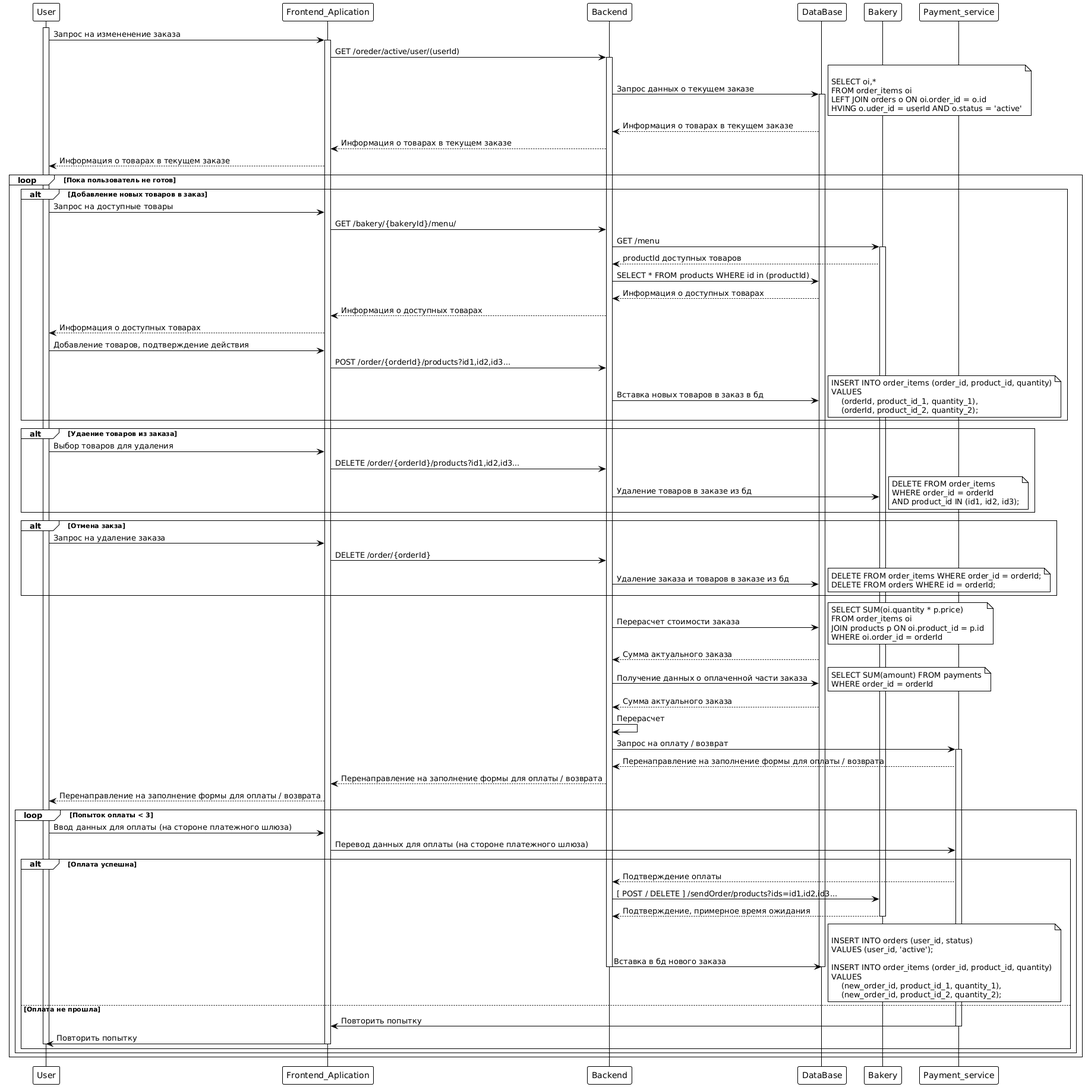
Earlier version of the PlantUML export Task2/UML_order_cancellation_editing.png (vinogradowvw/MediaSoftAnalytics). Its diagram source:
```plantuml
@startuml
!theme plain
participant User as u
participant Frontend_Aplication as fe
participant Backend as be
participant DataBase as db
participant Bakery as bk
participant Payment_service as ps


activate u

u -> fe : Запрос на измененение заказа

activate fe
fe ->be : GET /oreder/active/user/(userId)

activate be
be -> db : Запрос данных о текущем заказе
note right

SELECT oi,*
FROM order_items oi
LEFT JOIN orders o ON oi.order_id = o.id
HVING o.uder_id = userId AND o.status = 'active'
end note

activate db
db --> be : Информация о товарах в текущем заказе

be --> fe : Информация о товарах в текущем заказе

fe --> u : Информация о товарах в текущем заказе

loop Пока пользователь не готов

alt Добавление новых товаров в заказ

u -> fe : Запрос на доступные товары


fe -> be : GET /bakery/{bakeryId}/menu/

be -> bk : GET /menu

activate bk

bk --> be : productId доступных товаров

be -> db : SELECT * FROM products WHERE id in (productId)

db --> be : Информация о доступных товарах

be --> fe : Информация о доступных товарах

fe --> u : Информация о доступных товарах

u -> fe : Добавление товаров, подтверждение действия

fe -> be : POST /order/{orderId}/products?id1,id2,id3...

be -> db : Вставка новых товаров в заказ в бд

note right
INSERT INTO order_items (order_id, product_id, quantity)
VALUES
    (orderId, product_id_1, quantity_1),
    (orderId, product_id_2, quantity_2);
end note

end

alt Удаение товаров из заказа

u -> fe : Выбор товаров для удаления

fe -> be : DELETE /order/{orderId}/products?id1,id2,id3...

be -> bk : Удаление товаров в заказе из бд

note right
DELETE FROM order_items
WHERE order_id = orderId
AND product_id IN (id1, id2, id3);
end note

end

alt Отмена закза

u -> fe : Запрос на удаление заказа

fe -> be : DELETE /order/{orderId}

be -> db : Удаление заказа и товаров в заказе из бд

note right
DELETE FROM order_items WHERE order_id = orderId;
DELETE FROM orders WHERE id = orderId;
end note

end

be -> db : Перерасчет стоимости заказа

note right
SELECT SUM(oi.quantity * p.price)
FROM order_items oi
JOIN products p ON oi.product_id = p.id
WHERE oi.order_id = orderId
end note

db --> be : Сумма актуального заказа

be -> db: Получение данных о оплаченной части заказа

note right
SELECT SUM(amount) FROM payments
WHERE order_id = orderId
end note

db --> be : Сумма актуального заказа

be -> be : Перерасчет

be -> ps : Запрос на оплату / возврат

activate ps

ps --> be : Перенаправление на заполнение формы для оплаты / возврата

be --> fe : Перенаправление на заполнение формы для оплаты / возврата

fe --> u : Перенаправление на заполнение формы для оплаты / возврата


loop Попыток оплаты < 3

u -> fe : Ввод данных для оплаты (на стороне платежного шлюза)

fe -> ps : Перевод данных для оплаты (на стороне платежного шлюза)

alt Оплата успешна

ps --> be : Подтверждение оплаты

be -> bk : [ POST / DELETE ] /sendOrder/products?ids=id1,id2,id3...

bk --> be : Подтверждение, примерное время ожидания

deactivate bk

be -> db : Вставка в бд нового заказа

deactivate be

deactivate db

note right

INSERT INTO orders (user_id, status)
VALUES (user_id, 'active');

INSERT INTO order_items (order_id, product_id, quantity)
VALUES
    (new_order_id, product_id_1, quantity_1),
    (new_order_id, product_id_2, quantity_2);
end note

else Оплата не прошла

ps -> fe : Повторить попытку

deactivate ps

fe -> u: Повторить попытку

deactivate fe
deactivate u

end

end

end

@endum
```
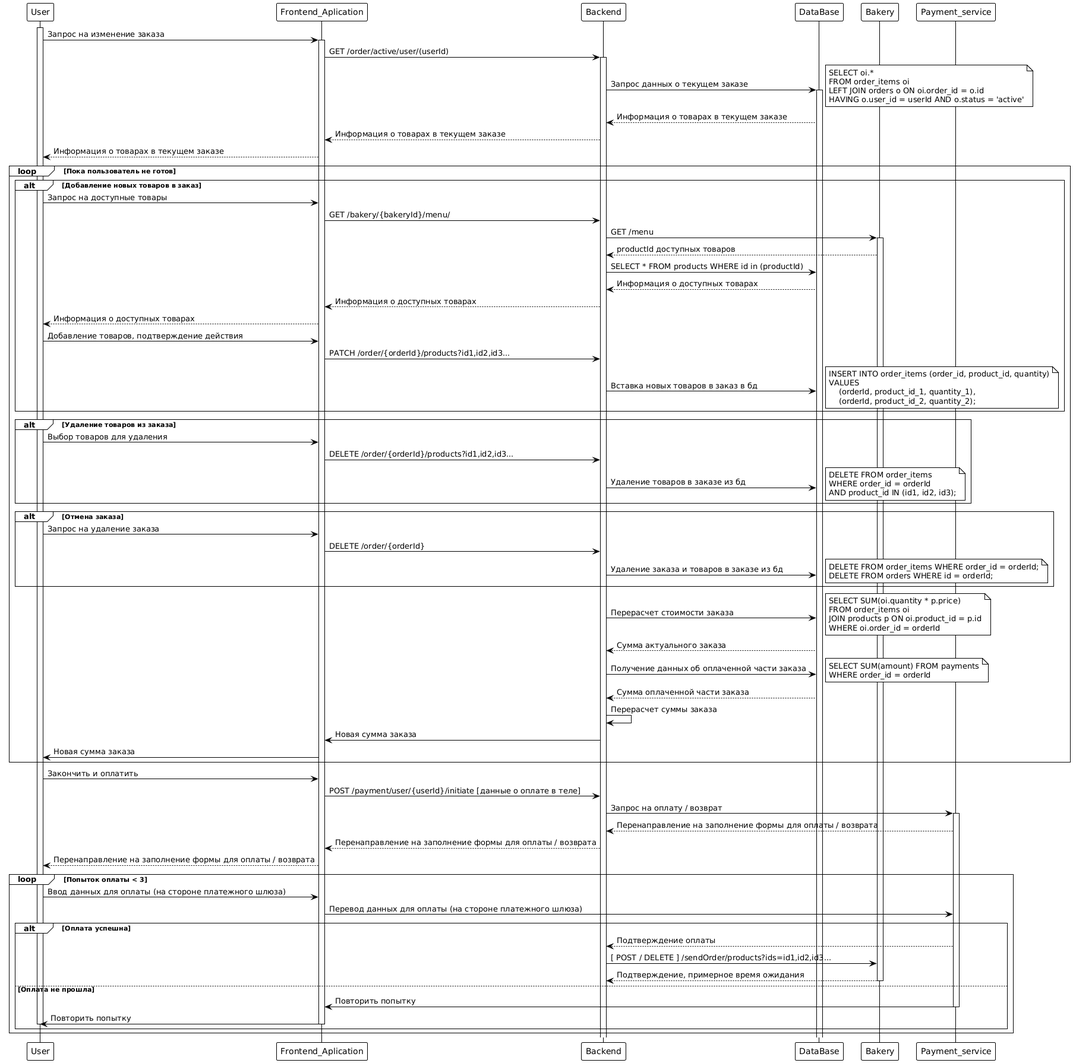
The same diagram one commit later.

Change to the diagram source:
```diff
@@ -7,22 +7,21 @@
 participant Bakery as bk
 participant Payment_service as ps
 
-
 activate u
 
-u -> fe : Запрос на измененение заказа
+u -> fe : Запрос на изменение заказа
 
 activate fe
-fe ->be : GET /oreder/active/user/(userId)
+fe -> be : GET /order/active/user/(userId)
 
 activate be
 be -> db : Запрос данных о текущем заказе
+
 note right
-
-SELECT oi,*
+SELECT oi.*
 FROM order_items oi
 LEFT JOIN orders o ON oi.order_id = o.id
-HVING o.uder_id = userId AND o.status = 'active'
+HAVING o.user_id = userId AND o.status = 'active'
 end note
 
 activate db
@@ -37,7 +36,6 @@
 alt Добавление новых товаров в заказ
 
 u -> fe : Запрос на доступные товары
-
 
 fe -> be : GET /bakery/{bakeryId}/menu/
 
@@ -57,7 +55,7 @@
 
 u -> fe : Добавление товаров, подтверждение действия
 
-fe -> be : POST /order/{orderId}/products?id1,id2,id3...
+fe -> be : PATCH /order/{orderId}/products?id1,id2,id3...
 
 be -> db : Вставка новых товаров в заказ в бд
 
@@ -70,13 +68,13 @@
 
 end
 
-alt Удаение товаров из заказа
+alt Удаление товаров из заказа
 
 u -> fe : Выбор товаров для удаления
 
 fe -> be : DELETE /order/{orderId}/products?id1,id2,id3...
 
-be -> bk : Удаление товаров в заказе из бд
+be -> db : Удаление товаров в заказе из бд
 
 note right
 DELETE FROM order_items
@@ -86,7 +84,7 @@
 
 end
 
-alt Отмена закза
+alt Отмена заказа
 
 u -> fe : Запрос на удаление заказа
 
@@ -112,16 +110,26 @@
 
 db --> be : Сумма актуального заказа
 
-be -> db: Получение данных о оплаченной части заказа
+be -> db: Получение данных об оплаченной части заказа
 
 note right
 SELECT SUM(amount) FROM payments
 WHERE order_id = orderId
 end note
 
-db --> be : Сумма актуального заказа
+db --> be : Сумма оплаченной части заказа
 
-be -> be : Перерасчет
+be -> be : Перерасчет суммы заказа
+
+be -> fe : Новая сумма заказа
+
+fe -> u : Новая сумма заказа
+
+end
+
+u -> fe : Закончить и оплатить
+
+fe -> be : POST /payment/user/{userId}/initiate [данные о оплате в теле]
 
 be -> ps : Запрос на оплату / возврат
 
@@ -132,7 +140,6 @@
 be --> fe : Перенаправление на заполнение формы для оплаты / возврата
 
 fe --> u : Перенаправление на заполнение формы для оплаты / возврата
-
 
 loop Попыток оплаты < 3
 
@@ -150,38 +157,19 @@
 
 deactivate bk
 
-be -> db : Вставка в бд нового заказа
-
-deactivate be
-
-deactivate db
-
-note right
-
-INSERT INTO orders (user_id, status)
-VALUES (user_id, 'active');
-
-INSERT INTO order_items (order_id, product_id, quantity)
-VALUES
-    (new_order_id, product_id_1, quantity_1),
-    (new_order_id, product_id_2, quantity_2);
-end note
-
 else Оплата не прошла
 
 ps -> fe : Повторить попытку
 
 deactivate ps
 
-fe -> u: Повторить попытку
+fe -> u : Повторить попытку
 
 deactivate fe
 deactivate u
 
-end
 
 end
 
 end
-
-@endum
+@enduml
```
